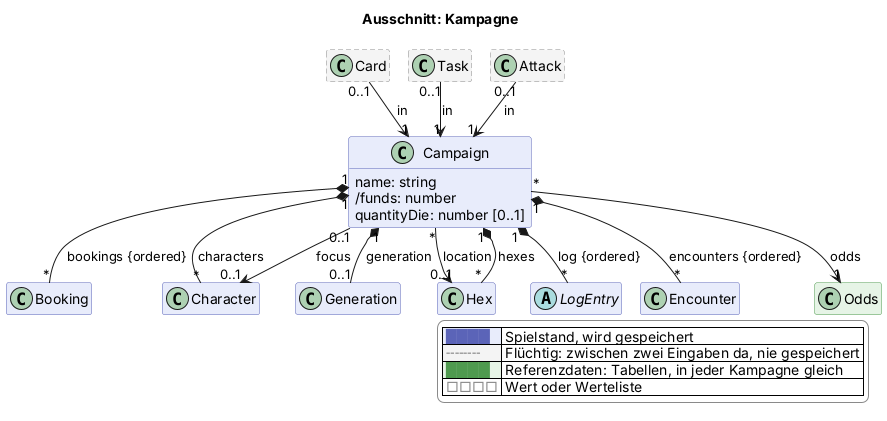
Before: docs/views/kampagne.png, a diagram exported from PlantUML (scuzzar/SRE).
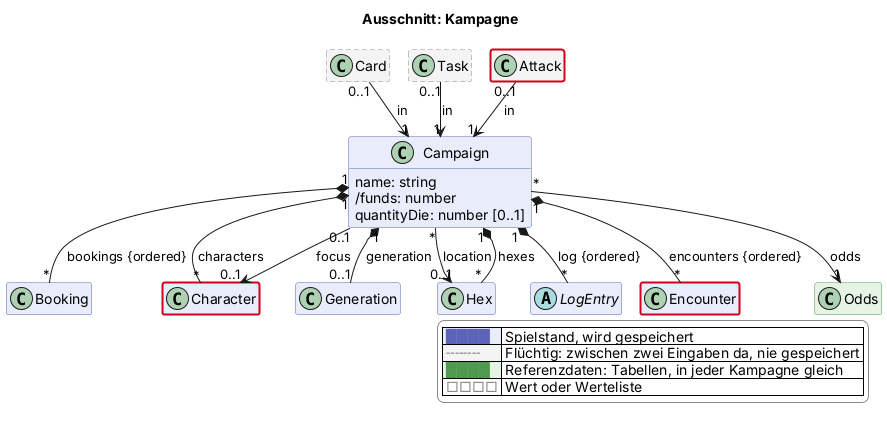
After the commit.

Change to the diagram source:
```diff
@@ -111,4 +111,7 @@
   |<#e6f4e6> <color:#4f9a4f>████</color> | Referenzdaten: Tabellen, in jeder Kampagne gleich |
   |<#ffffff> <color:#8a8a8a>□□□□</color> | Wert oder Werteliste |
 endlegend
+class Character #line:d0021b;line.bold
+class Attack #line:d0021b;line.bold
+class Encounter #line:d0021b;line.bold
 @enduml
```
